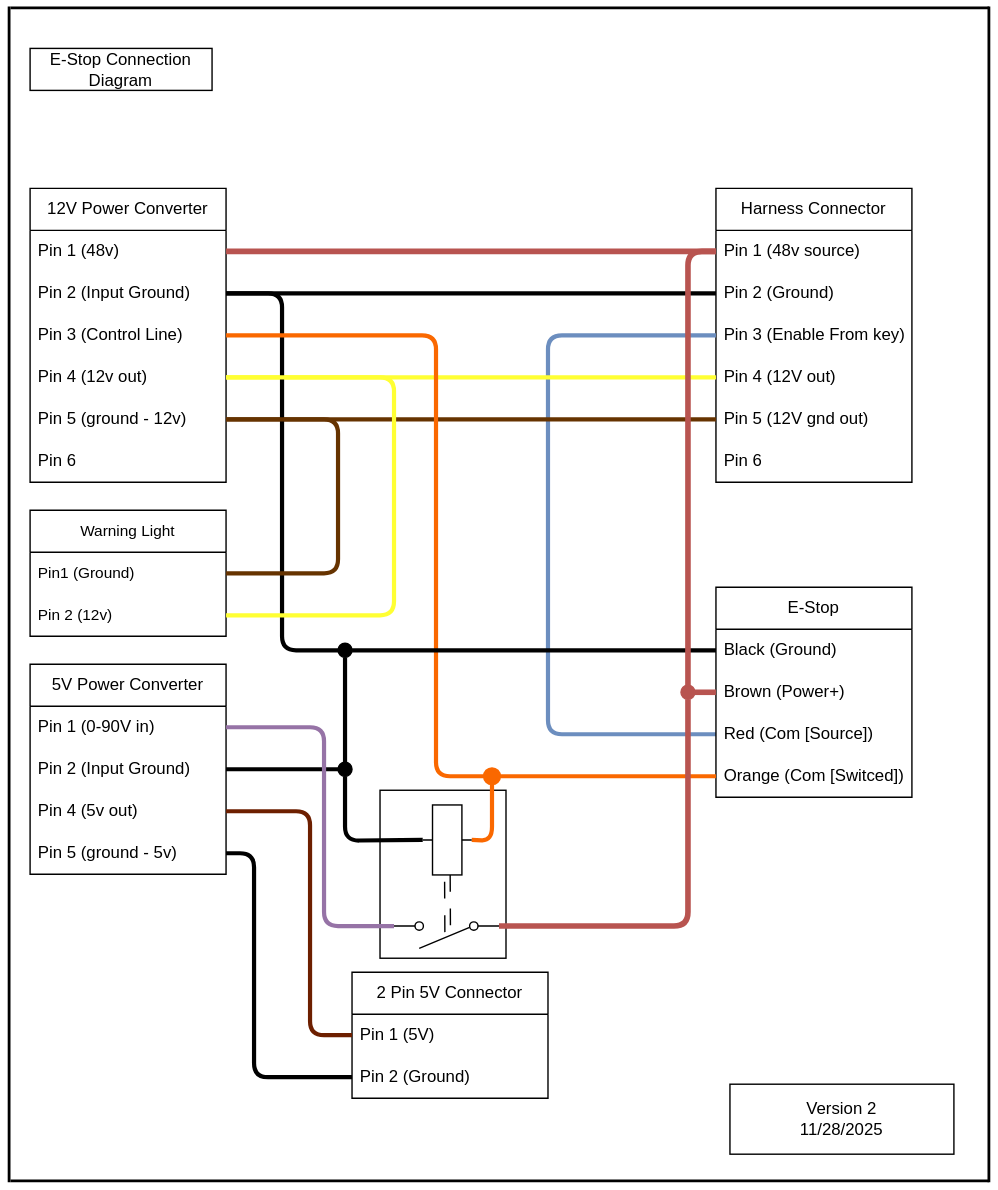
Above: docs/estop_harness.drawio.svg in casmer/mower_controller (draw.io), before the change. Source tidied: cells renumbered, new cells last; positions are measured from the earlier drawing's top-left corner, leaving out a move shared by most shapes.
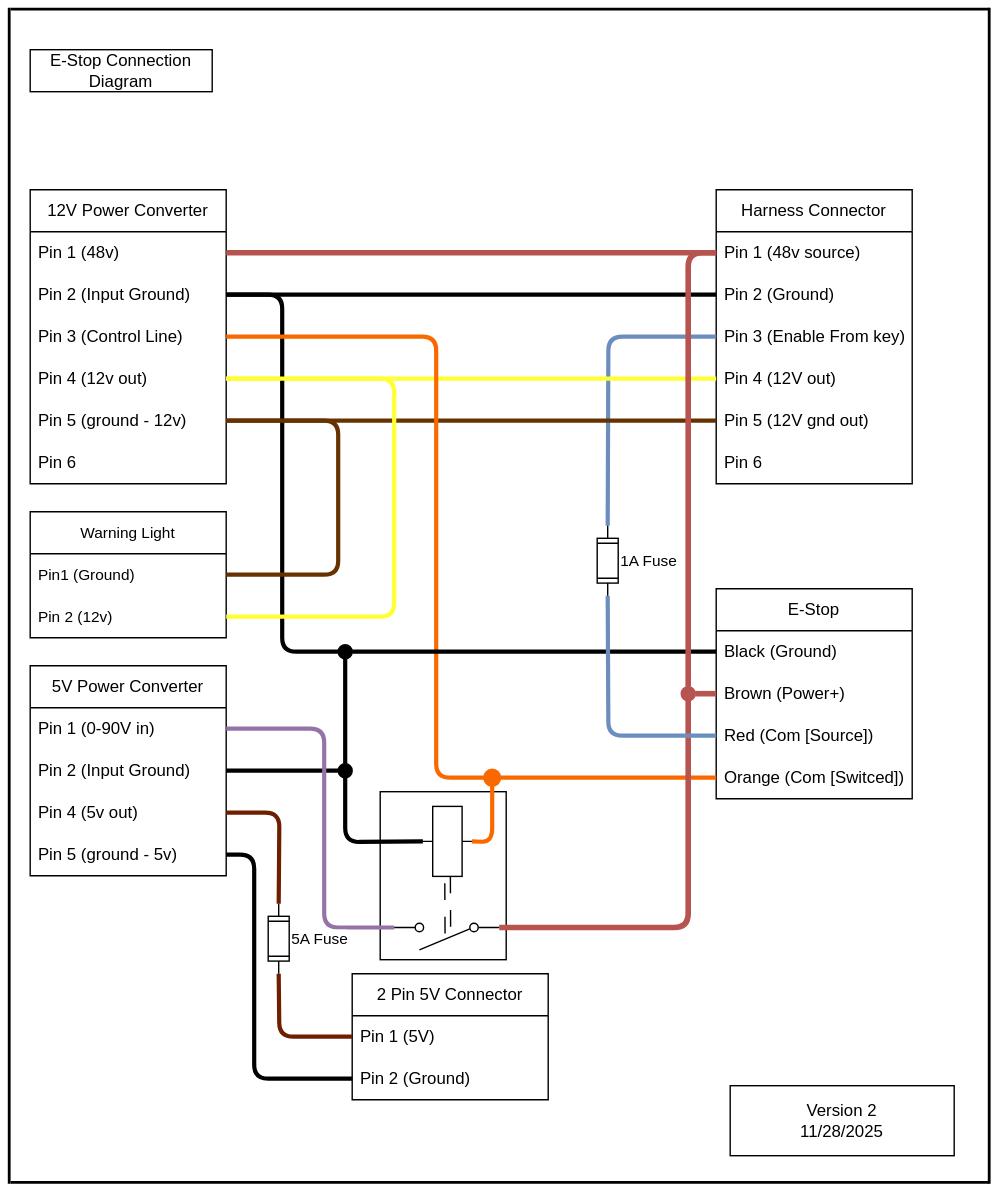
After the change.

Commit message:
estop wiring harness diagram

Change to the diagram source:
```diff
@@ -50,11 +50,10 @@
     <mxCell id="17" style="edgeStyle=none;html=1;entryX=0;entryY=0.5;entryDx=0;entryDy=0;rounded=1;strokeColor=default;align=center;verticalAlign=middle;fontFamily=Helvetica;fontSize=11;fontColor=default;labelBackgroundColor=default;endArrow=none;endFill=0;strokeWidth=3;jumpStyle=none;" parent="1" edge="1" source="5" target="12">
       <mxGeometry relative="1" as="geometry" />
     </mxCell>
-    <mxCell id="18" style="edgeStyle=none;html=1;entryX=0;entryY=0.5;entryDx=0;entryDy=0;exitX=0;exitY=0.5;exitDx=0;exitDy=0;endArrow=none;endFill=0;fillColor=#dae8fc;strokeColor=#6c8ebf;strokeWidth=3;jumpStyle=none;" parent="1" edge="1" source="24" target="13">
+    <mxCell id="18" style="edgeStyle=none;html=1;entryX=0;entryY=0.5;entryDx=0;entryDy=0;exitX=0;exitY=0.5;exitDx=0;exitDy=0;endArrow=none;endFill=0;fillColor=#dae8fc;strokeColor=#6c8ebf;strokeWidth=3;jumpStyle=none;exitPerimeter=0;" parent="1" edge="1" source="69" target="13">
       <mxGeometry relative="1" as="geometry">
         <Array as="points">
-          <mxPoint x="390" y="524" />
-          <mxPoint x="390" y="239" />
+          <mxPoint x="433" y="239" />
         </Array>
       </mxGeometry>
     </mxCell>
@@ -193,11 +192,10 @@
         </Array>
       </mxGeometry>
     </mxCell>
-    <mxCell id="52" style="edgeStyle=none;shape=connector;rounded=1;jumpStyle=none;html=1;exitX=1;exitY=0.5;exitDx=0;exitDy=0;entryX=0;entryY=0.5;entryDx=0;entryDy=0;strokeColor=#6D1F00;strokeWidth=3;align=center;verticalAlign=middle;fontFamily=Helvetica;fontSize=11;fontColor=default;labelBackgroundColor=default;endArrow=none;endFill=0;fillColor=#a0522d;" parent="1" edge="1" source="39" target="42">
+    <mxCell id="52" style="edgeStyle=none;shape=connector;rounded=1;jumpStyle=none;html=1;exitX=1;exitY=0.5;exitDx=0;exitDy=0;entryX=0;entryY=0.5;entryDx=0;entryDy=0;strokeColor=#6D1F00;strokeWidth=3;align=center;verticalAlign=middle;fontFamily=Helvetica;fontSize=11;fontColor=default;labelBackgroundColor=default;endArrow=none;endFill=0;fillColor=#a0522d;entryPerimeter=0;" parent="1" edge="1" source="39" target="71">
       <mxGeometry relative="1" as="geometry">
         <Array as="points">
-          <mxPoint x="220" y="579" />
-          <mxPoint x="220" y="739" />
+          <mxPoint x="198" y="579" />
         </Array>
       </mxGeometry>
     </mxCell>
@@ -264,5 +262,25 @@
     <mxCell id="67" style="line;strokeWidth=2;html=1;fontFamily=Helvetica;fontSize=11;fontColor=default;labelBackgroundColor=default;" parent="1" vertex="1">
       <mxGeometry x="6" width="699" height="10" as="geometry" />
     </mxCell>
+    <mxCell id="68" style="edgeStyle=none;shape=connector;rounded=1;jumpStyle=none;html=1;exitX=1;exitY=0.5;exitDx=0;exitDy=0;exitPerimeter=0;entryX=0;entryY=0.5;entryDx=0;entryDy=0;strokeColor=#6c8ebf;strokeWidth=3;align=center;verticalAlign=middle;fontFamily=Helvetica;fontSize=11;fontColor=default;labelBackgroundColor=default;endArrow=none;endFill=0;fillColor=#dae8fc;" parent="1" edge="1" source="69" target="24">
+      <mxGeometry relative="1" as="geometry">
+        <Array as="points">
+          <mxPoint x="433" y="524" />
+        </Array>
+      </mxGeometry>
+    </mxCell>
+    <mxCell id="69" value="1A Fuse" style="verticalLabelPosition=middle;shadow=0;dashed=0;align=left;html=1;verticalAlign=middle;shape=mxgraph.electrical.miscellaneous.fuse_1;fontFamily=Helvetica;fontSize=11;fontColor=default;labelBackgroundColor=default;direction=south;labelPosition=right;" parent="1" vertex="1">
+      <mxGeometry x="425" y="374" width="15" height="50" as="geometry" />
+    </mxCell>
+    <mxCell id="70" style="edgeStyle=none;shape=connector;rounded=1;jumpStyle=none;html=1;exitX=1;exitY=0.5;exitDx=0;exitDy=0;exitPerimeter=0;entryX=0;entryY=0.5;entryDx=0;entryDy=0;strokeColor=#6D1F00;strokeWidth=3;align=center;verticalAlign=middle;fontFamily=Helvetica;fontSize=11;fontColor=default;labelBackgroundColor=default;endArrow=none;endFill=0;fillColor=#a0522d;" parent="1" edge="1" source="71" target="42">
+      <mxGeometry relative="1" as="geometry">
+        <Array as="points">
+          <mxPoint x="198" y="739" />
+        </Array>
+      </mxGeometry>
+    </mxCell>
+    <mxCell id="71" value="5A Fuse" style="verticalLabelPosition=middle;shadow=0;dashed=0;align=left;html=1;verticalAlign=middle;shape=mxgraph.electrical.miscellaneous.fuse_1;fontFamily=Helvetica;fontSize=11;fontColor=default;labelBackgroundColor=default;direction=south;labelPosition=right;" parent="1" vertex="1">
+      <mxGeometry x="190" y="644" width="15" height="50" as="geometry" />
+    </mxCell>
   </root>
 </mxGraphModel>
```
